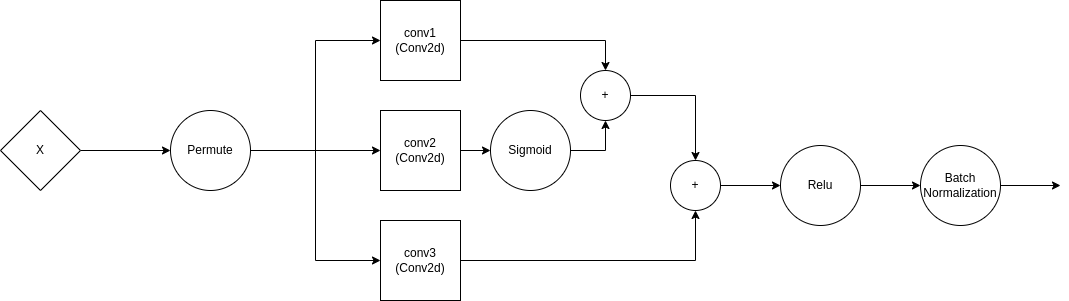
Before: diagrams/temporal_block.png, a diagram exported from draw.io (oscarcrowley1/thesis). Source tidied: cells renumbered, new cells last; positions are measured from the earlier drawing's top-left corner, leaving out a move shared by most shapes. Its diagram source:
```xml
<mxGraphModel>
  <root>
    <mxCell id="0" />
    <mxCell id="1" parent="0" />
    <mxCell id="2" style="edgeStyle=orthogonalEdgeStyle;rounded=0;jettySize=auto;html=1;exitX=1;exitY=0.5;exitDx=0;exitDy=0;entryX=0.5;entryY=0;entryDx=0;entryDy=0;" parent="1" edge="1" source="4" target="14">
      <mxGeometry relative="1" as="geometry" />
    </mxCell>
    <mxCell id="3" style="edgeStyle=orthogonalEdgeStyle;rounded=0;jettySize=auto;html=1;entryX=0;entryY=0.5;entryDx=0;entryDy=0;" parent="1" edge="1" target="12">
      <mxGeometry relative="1" as="geometry">
        <mxPoint x="80" y="150" as="sourcePoint" />
      </mxGeometry>
    </mxCell>
    <mxCell id="4" value="conv1&lt;br&gt;(Conv2d)" style="whiteSpace=wrap;html=1;" parent="1" vertex="1">
      <mxGeometry x="380" width="80" height="80" as="geometry" />
    </mxCell>
    <mxCell id="5" style="edgeStyle=orthogonalEdgeStyle;rounded=0;jettySize=auto;html=1;exitX=1;exitY=0.5;exitDx=0;exitDy=0;entryX=0;entryY=0.5;entryDx=0;entryDy=0;" parent="1" edge="1" source="6" target="16">
      <mxGeometry relative="1" as="geometry" />
    </mxCell>
    <mxCell id="6" value="conv2&lt;br&gt;(Conv2d)" style="whiteSpace=wrap;html=1;" parent="1" vertex="1">
      <mxGeometry x="380" y="110" width="80" height="80" as="geometry" />
    </mxCell>
    <mxCell id="7" style="edgeStyle=orthogonalEdgeStyle;rounded=0;jettySize=auto;html=1;exitX=1;exitY=0.5;exitDx=0;exitDy=0;entryX=0.5;entryY=1;entryDx=0;entryDy=0;" parent="1" edge="1" source="8" target="18">
      <mxGeometry relative="1" as="geometry" />
    </mxCell>
    <mxCell id="8" value="conv3&lt;br&gt;(Conv2d)" style="whiteSpace=wrap;html=1;" parent="1" vertex="1">
      <mxGeometry x="380" y="220" width="80" height="80" as="geometry" />
    </mxCell>
    <mxCell id="9" style="edgeStyle=orthogonalEdgeStyle;rounded=0;jettySize=auto;html=1;exitX=1;exitY=0.5;exitDx=0;exitDy=0;entryX=0;entryY=0.5;entryDx=0;entryDy=0;" parent="1" edge="1" source="12" target="6">
      <mxGeometry relative="1" as="geometry" />
    </mxCell>
    <mxCell id="10" style="edgeStyle=orthogonalEdgeStyle;rounded=0;jettySize=auto;html=1;exitX=1;exitY=0.5;exitDx=0;exitDy=0;entryX=0;entryY=0.5;entryDx=0;entryDy=0;" parent="1" edge="1" source="12" target="4">
      <mxGeometry relative="1" as="geometry" />
    </mxCell>
    <mxCell id="11" style="edgeStyle=orthogonalEdgeStyle;rounded=0;jettySize=auto;html=1;exitX=1;exitY=0.5;exitDx=0;exitDy=0;entryX=0;entryY=0.5;entryDx=0;entryDy=0;" parent="1" edge="1" source="12" target="8">
      <mxGeometry relative="1" as="geometry" />
    </mxCell>
    <mxCell id="12" value="Permute" style="ellipse;whiteSpace=wrap;html=1;" parent="1" vertex="1">
      <mxGeometry x="170" y="110" width="80" height="80" as="geometry" />
    </mxCell>
    <mxCell id="13" style="edgeStyle=orthogonalEdgeStyle;rounded=0;jettySize=auto;html=1;exitX=1;exitY=0.5;exitDx=0;exitDy=0;entryX=0.5;entryY=0;entryDx=0;entryDy=0;" parent="1" edge="1" source="14" target="18">
      <mxGeometry relative="1" as="geometry" />
    </mxCell>
    <mxCell id="14" value="+" style="ellipse;whiteSpace=wrap;html=1;" parent="1" vertex="1">
      <mxGeometry x="580" y="70" width="50" height="50" as="geometry" />
    </mxCell>
    <mxCell id="15" style="edgeStyle=orthogonalEdgeStyle;rounded=0;jettySize=auto;html=1;exitX=1;exitY=0.5;exitDx=0;exitDy=0;entryX=0.5;entryY=1;entryDx=0;entryDy=0;" parent="1" edge="1" source="16" target="14">
      <mxGeometry relative="1" as="geometry" />
    </mxCell>
    <mxCell id="16" value="Sigmoid" style="ellipse;whiteSpace=wrap;html=1;" parent="1" vertex="1">
      <mxGeometry x="490" y="110" width="80" height="80" as="geometry" />
    </mxCell>
    <mxCell id="17" style="edgeStyle=orthogonalEdgeStyle;rounded=0;jettySize=auto;html=1;exitX=1;exitY=0.5;exitDx=0;exitDy=0;entryX=0;entryY=0.5;entryDx=0;entryDy=0;" parent="1" edge="1" source="18" target="20">
      <mxGeometry relative="1" as="geometry" />
    </mxCell>
    <mxCell id="18" value="+" style="ellipse;whiteSpace=wrap;html=1;" parent="1" vertex="1">
      <mxGeometry x="670" y="160" width="50" height="50" as="geometry" />
    </mxCell>
    <mxCell id="19" style="edgeStyle=orthogonalEdgeStyle;rounded=0;jettySize=auto;html=1;exitX=1;exitY=0.5;exitDx=0;exitDy=0;entryX=0;entryY=0.5;entryDx=0;entryDy=0;" parent="1" edge="1" source="20" target="22">
      <mxGeometry relative="1" as="geometry" />
    </mxCell>
    <mxCell id="20" value="Relu" style="ellipse;whiteSpace=wrap;html=1;" parent="1" vertex="1">
      <mxGeometry x="780" y="145" width="80" height="80" as="geometry" />
    </mxCell>
    <mxCell id="21" style="edgeStyle=orthogonalEdgeStyle;rounded=0;jettySize=auto;html=1;exitX=1;exitY=0.5;exitDx=0;exitDy=0;" parent="1" edge="1" source="22">
      <mxGeometry relative="1" as="geometry">
        <mxPoint x="1060" y="185" as="targetPoint" />
      </mxGeometry>
    </mxCell>
    <mxCell id="22" value="Batch Normalization" style="ellipse;whiteSpace=wrap;html=1;" parent="1" vertex="1">
      <mxGeometry x="920" y="145" width="80" height="80" as="geometry" />
    </mxCell>
    <mxCell id="23" value="X" style="rhombus;whiteSpace=wrap;html=1;" parent="1" vertex="1">
      <mxGeometry y="110" width="80" height="80" as="geometry" />
    </mxCell>
  </root>
</mxGraphModel>
```
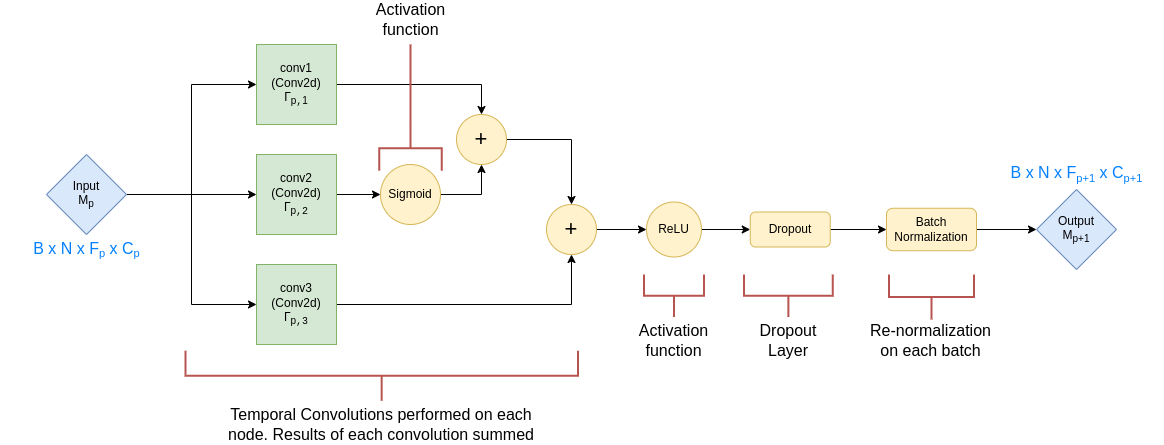
After the commit.

Change to the diagram source:
```diff
@@ -5,72 +5,118 @@
     <mxCell id="2" style="edgeStyle=orthogonalEdgeStyle;rounded=0;jettySize=auto;html=1;exitX=1;exitY=0.5;exitDx=0;exitDy=0;entryX=0.5;entryY=0;entryDx=0;entryDy=0;" parent="1" edge="1" source="4" target="14">
       <mxGeometry relative="1" as="geometry" />
     </mxCell>
-    <mxCell id="3" style="edgeStyle=orthogonalEdgeStyle;rounded=0;jettySize=auto;html=1;entryX=0;entryY=0.5;entryDx=0;entryDy=0;" parent="1" edge="1" target="12">
-      <mxGeometry relative="1" as="geometry">
-        <mxPoint x="80" y="150" as="sourcePoint" />
-      </mxGeometry>
-    </mxCell>
-    <mxCell id="4" value="conv1&lt;br&gt;(Conv2d)" style="whiteSpace=wrap;html=1;" parent="1" vertex="1">
+    <mxCell id="4" value="conv1&lt;br&gt;(Conv2d)&lt;br&gt;Γ&lt;sub&gt;p&lt;font face=&quot;Courier New&quot;&gt;,&lt;/font&gt;1&lt;/sub&gt;" style="whiteSpace=wrap;html=1;fillColor=#d5e8d4;strokeColor=#82b366;" parent="1" vertex="1">
       <mxGeometry x="380" width="80" height="80" as="geometry" />
     </mxCell>
     <mxCell id="5" style="edgeStyle=orthogonalEdgeStyle;rounded=0;jettySize=auto;html=1;exitX=1;exitY=0.5;exitDx=0;exitDy=0;entryX=0;entryY=0.5;entryDx=0;entryDy=0;" parent="1" edge="1" source="6" target="16">
       <mxGeometry relative="1" as="geometry" />
     </mxCell>
-    <mxCell id="6" value="conv2&lt;br&gt;(Conv2d)" style="whiteSpace=wrap;html=1;" parent="1" vertex="1">
+    <mxCell id="6" value="conv2&lt;br&gt;(Conv2d)&lt;br&gt;Γ&lt;sub&gt;p&lt;font face=&quot;Courier New&quot;&gt;,2&lt;/font&gt;&lt;/sub&gt;" style="whiteSpace=wrap;html=1;fillColor=#d5e8d4;strokeColor=#82b366;" parent="1" vertex="1">
       <mxGeometry x="380" y="110" width="80" height="80" as="geometry" />
     </mxCell>
     <mxCell id="7" style="edgeStyle=orthogonalEdgeStyle;rounded=0;jettySize=auto;html=1;exitX=1;exitY=0.5;exitDx=0;exitDy=0;entryX=0.5;entryY=1;entryDx=0;entryDy=0;" parent="1" edge="1" source="8" target="18">
       <mxGeometry relative="1" as="geometry" />
     </mxCell>
-    <mxCell id="8" value="conv3&lt;br&gt;(Conv2d)" style="whiteSpace=wrap;html=1;" parent="1" vertex="1">
+    <mxCell id="8" value="conv3&lt;br&gt;(Conv2d)&lt;br&gt;Γ&lt;sub&gt;p&lt;font face=&quot;Courier New&quot;&gt;,3&lt;/font&gt;&lt;/sub&gt;" style="whiteSpace=wrap;html=1;fillColor=#d5e8d4;strokeColor=#82b366;" parent="1" vertex="1">
       <mxGeometry x="380" y="220" width="80" height="80" as="geometry" />
     </mxCell>
-    <mxCell id="9" style="edgeStyle=orthogonalEdgeStyle;rounded=0;jettySize=auto;html=1;exitX=1;exitY=0.5;exitDx=0;exitDy=0;entryX=0;entryY=0.5;entryDx=0;entryDy=0;" parent="1" edge="1" source="12" target="6">
-      <mxGeometry relative="1" as="geometry" />
+    <mxCell id="9" style="edgeStyle=orthogonalEdgeStyle;rounded=0;jettySize=auto;html=1;exitX=1;exitY=0.5;exitDx=0;exitDy=0;entryX=0;entryY=0.5;entryDx=0;entryDy=0;" parent="1" edge="1" target="6">
+      <mxGeometry relative="1" as="geometry">
+        <mxPoint x="250" y="150" as="sourcePoint" />
+      </mxGeometry>
     </mxCell>
-    <mxCell id="10" style="edgeStyle=orthogonalEdgeStyle;rounded=0;jettySize=auto;html=1;exitX=1;exitY=0.5;exitDx=0;exitDy=0;entryX=0;entryY=0.5;entryDx=0;entryDy=0;" parent="1" edge="1" source="12" target="4">
-      <mxGeometry relative="1" as="geometry" />
+    <mxCell id="10" style="edgeStyle=orthogonalEdgeStyle;rounded=0;jettySize=auto;html=1;exitX=1;exitY=0.5;exitDx=0;exitDy=0;entryX=0;entryY=0.5;entryDx=0;entryDy=0;" parent="1" edge="1" target="4">
+      <mxGeometry relative="1" as="geometry">
+        <mxPoint x="250" y="150" as="sourcePoint" />
+      </mxGeometry>
     </mxCell>
-    <mxCell id="11" style="edgeStyle=orthogonalEdgeStyle;rounded=0;jettySize=auto;html=1;exitX=1;exitY=0.5;exitDx=0;exitDy=0;entryX=0;entryY=0.5;entryDx=0;entryDy=0;" parent="1" edge="1" source="12" target="8">
-      <mxGeometry relative="1" as="geometry" />
+    <mxCell id="11" style="edgeStyle=orthogonalEdgeStyle;rounded=0;jettySize=auto;html=1;exitX=1;exitY=0.5;exitDx=0;exitDy=0;entryX=0;entryY=0.5;entryDx=0;entryDy=0;" parent="1" edge="1" target="8">
+      <mxGeometry relative="1" as="geometry">
+        <mxPoint x="250" y="150" as="sourcePoint" />
+      </mxGeometry>
     </mxCell>
-    <mxCell id="12" value="Permute" style="ellipse;whiteSpace=wrap;html=1;" parent="1" vertex="1">
-      <mxGeometry x="170" y="110" width="80" height="80" as="geometry" />
-    </mxCell>
     <mxCell id="13" style="edgeStyle=orthogonalEdgeStyle;rounded=0;jettySize=auto;html=1;exitX=1;exitY=0.5;exitDx=0;exitDy=0;entryX=0.5;entryY=0;entryDx=0;entryDy=0;" parent="1" edge="1" source="14" target="18">
       <mxGeometry relative="1" as="geometry" />
     </mxCell>
-    <mxCell id="14" value="+" style="ellipse;whiteSpace=wrap;html=1;" parent="1" vertex="1">
+    <mxCell id="14" value="&lt;font style=&quot;font-size: 22px&quot;&gt;+&lt;/font&gt;" style="ellipse;whiteSpace=wrap;html=1;fillColor=#fff2cc;strokeColor=#d6b656;" parent="1" vertex="1">
       <mxGeometry x="580" y="70" width="50" height="50" as="geometry" />
     </mxCell>
     <mxCell id="15" style="edgeStyle=orthogonalEdgeStyle;rounded=0;jettySize=auto;html=1;exitX=1;exitY=0.5;exitDx=0;exitDy=0;entryX=0.5;entryY=1;entryDx=0;entryDy=0;" parent="1" edge="1" source="16" target="14">
       <mxGeometry relative="1" as="geometry" />
     </mxCell>
-    <mxCell id="16" value="Sigmoid" style="ellipse;whiteSpace=wrap;html=1;" parent="1" vertex="1">
-      <mxGeometry x="490" y="110" width="80" height="80" as="geometry" />
+    <mxCell id="16" value="Sigmoid" style="ellipse;whiteSpace=wrap;html=1;fillColor=#fff2cc;strokeColor=#d6b656;" parent="1" vertex="1">
+      <mxGeometry x="504" y="120" width="60" height="60" as="geometry" />
     </mxCell>
     <mxCell id="17" style="edgeStyle=orthogonalEdgeStyle;rounded=0;jettySize=auto;html=1;exitX=1;exitY=0.5;exitDx=0;exitDy=0;entryX=0;entryY=0.5;entryDx=0;entryDy=0;" parent="1" edge="1" source="18" target="20">
       <mxGeometry relative="1" as="geometry" />
     </mxCell>
-    <mxCell id="18" value="+" style="ellipse;whiteSpace=wrap;html=1;" parent="1" vertex="1">
+    <mxCell id="18" value="&lt;font style=&quot;font-size: 22px&quot;&gt;+&lt;/font&gt;" style="ellipse;whiteSpace=wrap;html=1;fillColor=#fff2cc;strokeColor=#d6b656;" parent="1" vertex="1">
       <mxGeometry x="670" y="160" width="50" height="50" as="geometry" />
     </mxCell>
-    <mxCell id="19" style="edgeStyle=orthogonalEdgeStyle;rounded=0;jettySize=auto;html=1;exitX=1;exitY=0.5;exitDx=0;exitDy=0;entryX=0;entryY=0.5;entryDx=0;entryDy=0;" parent="1" edge="1" source="20" target="22">
-      <mxGeometry relative="1" as="geometry" />
-    </mxCell>
+    <mxCell id="24" style="edgeStyle=orthogonalEdgeStyle;rounded=0;jettySize=auto;html=1;exitX=1;exitY=0.5;exitDx=0;exitDy=0;entryX=0;entryY=0.5;entryDx=0;entryDy=0;" parent="1" edge="1" source="20" target="38">
+      <mxGeometry relative="1" as="geometry" />
+    </mxCell>
-    <mxCell id="20" value="Relu" style="ellipse;whiteSpace=wrap;html=1;" parent="1" vertex="1">
-      <mxGeometry x="780" y="145" width="80" height="80" as="geometry" />
+    <mxCell id="20" value="ReLU" style="ellipse;whiteSpace=wrap;html=1;fillColor=#fff2cc;strokeColor=#d6b656;" parent="1" vertex="1">
+      <mxGeometry x="770" y="157.5" width="55" height="55" as="geometry" />
     </mxCell>
-    <mxCell id="21" style="edgeStyle=orthogonalEdgeStyle;rounded=0;jettySize=auto;html=1;exitX=1;exitY=0.5;exitDx=0;exitDy=0;" parent="1" edge="1" source="22">
-      <mxGeometry relative="1" as="geometry">
-        <mxPoint x="1060" y="185" as="targetPoint" />
-      </mxGeometry>
+    <mxCell id="21" style="edgeStyle=orthogonalEdgeStyle;rounded=0;jettySize=auto;html=1;exitX=1;exitY=0.5;exitDx=0;exitDy=0;entryX=0;entryY=0.5;entryDx=0;entryDy=0;" parent="1" edge="1" source="22" target="26">
+      <mxGeometry relative="1" as="geometry" />
     </mxCell>
+    <mxCell id="23" value="Input&lt;br&gt;M&lt;sub&gt;p&lt;/sub&gt;" style="rhombus;whiteSpace=wrap;html=1;fillColor=#dae8fc;strokeColor=#6c8ebf;" parent="1" vertex="1">
+      <mxGeometry x="170" y="110" width="80" height="80" as="geometry" />
+    </mxCell>
+    <mxCell id="25" value="&lt;font color=&quot;#007fff&quot;&gt;B x N x F&lt;span style=&quot;font-size: 13.3333px&quot;&gt;&lt;sub&gt;p&lt;/sub&gt;&lt;/span&gt;&amp;nbsp;x C&lt;span style=&quot;font-size: 13.3333px&quot;&gt;&lt;sub&gt;p&lt;/sub&gt;&lt;/span&gt;&lt;/font&gt;&lt;font color=&quot;#007fff&quot;&gt;&lt;br&gt;&lt;/font&gt;" style="text;html=1;strokeColor=none;fillColor=none;align=center;verticalAlign=middle;whiteSpace=wrap;rounded=0;fontSize=16;" parent="1" vertex="1">
+      <mxGeometry x="123.8" y="190" width="172.5" height="30" as="geometry" />
+    </mxCell>
+    <mxCell id="26" value="Output&lt;br&gt;M&lt;sub&gt;p+1&lt;/sub&gt;" style="rhombus;whiteSpace=wrap;html=1;fillColor=#dae8fc;strokeColor=#6c8ebf;" parent="1" vertex="1">
+      <mxGeometry x="1160" y="145" width="80" height="80" as="geometry" />
+    </mxCell>
+    <mxCell id="27" value="&lt;font color=&quot;#007fff&quot;&gt;B x N x F&lt;sub&gt;&lt;font style=&quot;font-size: 11.1111px&quot;&gt;p+1&lt;/font&gt;&lt;/sub&gt; x C&lt;sub&gt;&lt;font style=&quot;font-size: 11.1111px&quot;&gt;p+1&lt;/font&gt;&lt;/sub&gt;&lt;/font&gt;&lt;font color=&quot;#007fff&quot;&gt;&lt;br&gt;&lt;/font&gt;" style="text;html=1;strokeColor=none;fillColor=none;align=center;verticalAlign=middle;whiteSpace=wrap;rounded=0;fontSize=16;" parent="1" vertex="1">
+      <mxGeometry x="1113.8" y="115" width="172.5" height="30" as="geometry" />
+    </mxCell>
+    <mxCell id="28" value="&lt;span style=&quot;font-size: 16px&quot;&gt;Re-normalization on each batch&lt;/span&gt;" style="text;html=1;strokeColor=none;fillColor=none;align=center;verticalAlign=middle;whiteSpace=wrap;rounded=0;" parent="1" vertex="1">
+      <mxGeometry x="985.3" y="276.2" width="139.4" height="40" as="geometry" />
+    </mxCell>
+    <mxCell id="29" style="strokeWidth=2;html=1;shape=mxgraph.flowchart.annotation_2;align=left;labelPosition=right;rotation=-90;fillColor=#f8cecc;strokeColor=#b85450;" parent="1" vertex="1">
+      <mxGeometry x="776.2" y="221.2" width="42.5" height="60" as="geometry" />
+    </mxCell>
+    <mxCell id="30" value="&lt;span style=&quot;font-size: 16px&quot;&gt;Activation function&lt;/span&gt;" style="text;html=1;strokeColor=none;fillColor=none;align=center;verticalAlign=middle;whiteSpace=wrap;rounded=0;" parent="1" vertex="1">
+      <mxGeometry x="741.2" y="281.2" width="112.5" height="30" as="geometry" />
+    </mxCell>
+    <mxCell id="31" style="strokeWidth=2;html=1;shape=mxgraph.flowchart.annotation_2;align=left;labelPosition=right;rotation=-90;fillColor=#f8cecc;strokeColor=#b85450;" parent="1" vertex="1">
+      <mxGeometry x="1032.5" y="210" width="45" height="85" as="geometry" />
+    </mxCell>
+    <mxCell id="32" style="strokeWidth=2;html=1;shape=mxgraph.flowchart.annotation_2;align=left;labelPosition=right;rotation=-90;fillColor=#f8cecc;strokeColor=#b85450;" parent="1" vertex="1">
+      <mxGeometry x="480.2" y="135" width="50" height="392.5" as="geometry" />
+    </mxCell>
+    <mxCell id="33" value="&lt;span style=&quot;font-size: 16px&quot;&gt;Temporal Convolutions performed on each node. Results of each convolution summed&lt;/span&gt;" style="text;html=1;strokeColor=none;fillColor=none;align=center;verticalAlign=middle;whiteSpace=wrap;rounded=0;" parent="1" vertex="1">
+      <mxGeometry x="340.3" y="360" width="329.7" height="40" as="geometry" />
+    </mxCell>
+    <mxCell id="34" value="&lt;span style=&quot;font-size: 16px&quot;&gt;Activation function&lt;/span&gt;" style="text;html=1;strokeColor=none;fillColor=none;align=center;verticalAlign=middle;whiteSpace=wrap;rounded=0;" parent="1" vertex="1">
+      <mxGeometry x="477.8" y="-40" width="112.5" height="30" as="geometry" />
+    </mxCell>
+    <mxCell id="35" style="edgeStyle=orthogonalEdgeStyle;rounded=0;jettySize=auto;html=1;exitX=0;exitY=0.5;exitDx=0;exitDy=0;exitPerimeter=0;fontSize=22;endArrow=none;endFill=0;fillColor=#f8cecc;strokeColor=#b85450;strokeWidth=2;" parent="1" edge="1" source="36">
+      <mxGeometry relative="1" as="geometry">
+        <mxPoint x="534" as="targetPoint" />
+      </mxGeometry>
+    </mxCell>
+    <mxCell id="36" style="strokeWidth=2;html=1;shape=mxgraph.flowchart.annotation_2;align=left;labelPosition=right;rotation=90;fillColor=#f8cecc;strokeColor=#b85450;" parent="1" vertex="1">
+      <mxGeometry x="511.5" y="72.5" width="45" height="62.5" as="geometry" />
+    </mxCell>
+    <mxCell id="37" style="edgeStyle=orthogonalEdgeStyle;rounded=0;jettySize=auto;html=1;exitX=1;exitY=0.5;exitDx=0;exitDy=0;entryX=0;entryY=0.5;entryDx=0;entryDy=0;" parent="1" edge="1" source="38" target="22">
+      <mxGeometry relative="1" as="geometry" />
+    </mxCell>
+    <mxCell id="38" value="Dropout" style="rounded=1;whiteSpace=wrap;html=1;fillColor=#fff2cc;strokeColor=#d6b656;" parent="1" vertex="1">
+      <mxGeometry x="873.8" y="167.5" width="80" height="35" as="geometry" />
+    </mxCell>
-    <mxCell id="22" value="Batch Normalization" style="ellipse;whiteSpace=wrap;html=1;" parent="1" vertex="1">
-      <mxGeometry x="920" y="145" width="80" height="80" as="geometry" />
+    <mxCell id="22" value="Batch Normalization" style="rounded=1;whiteSpace=wrap;html=1;fillColor=#fff2cc;strokeColor=#d6b656;" parent="1" vertex="1">
+      <mxGeometry x="1010" y="163.8" width="90" height="42.5" as="geometry" />
     </mxCell>
-    <mxCell id="23" value="X" style="rhombus;whiteSpace=wrap;html=1;" parent="1" vertex="1">
-      <mxGeometry y="110" width="80" height="80" as="geometry" />
-    </mxCell>
+    <mxCell id="39" style="strokeWidth=2;html=1;shape=mxgraph.flowchart.annotation_2;align=left;labelPosition=right;rotation=-90;fillColor=#f8cecc;strokeColor=#b85450;" parent="1" vertex="1">
+      <mxGeometry x="890.6" y="206.9" width="42.5" height="88.8" as="geometry" />
+    </mxCell>
+    <mxCell id="40" value="&lt;span style=&quot;font-size: 16px&quot;&gt;Dropout Layer&lt;/span&gt;" style="text;html=1;strokeColor=none;fillColor=none;align=center;verticalAlign=middle;whiteSpace=wrap;rounded=0;" parent="1" vertex="1">
+      <mxGeometry x="864.7" y="281.2" width="94.4" height="30" as="geometry" />
+    </mxCell>
   </root>
 </mxGraphModel>
```
